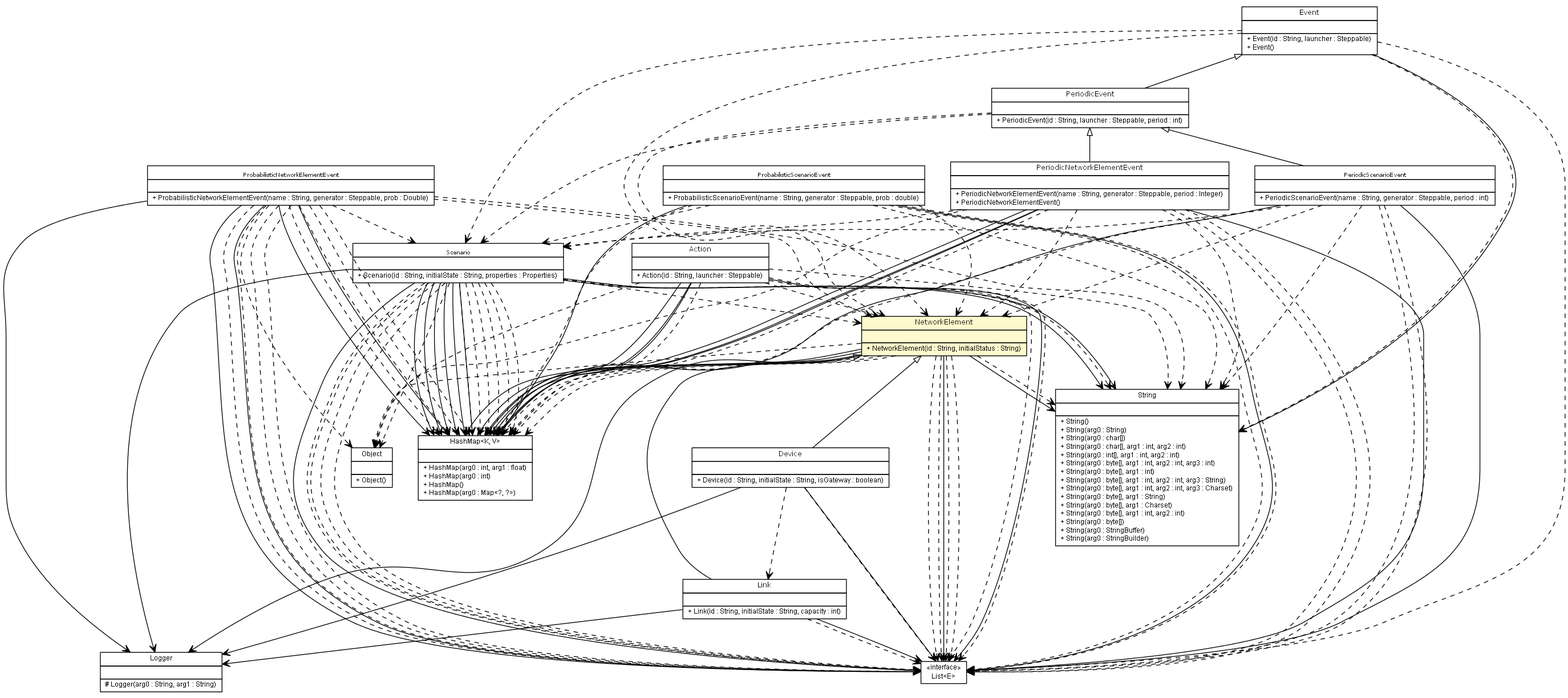
Above: apidocs/es/upm/dit/gsi/shanks/model/element/NetworkElement.png in gsi-upm/Shanks (Graphviz), before the change. Its source is kept beside it as apidocs/es/upm/dit/gsi/shanks/model/element/NetworkElement.dot.
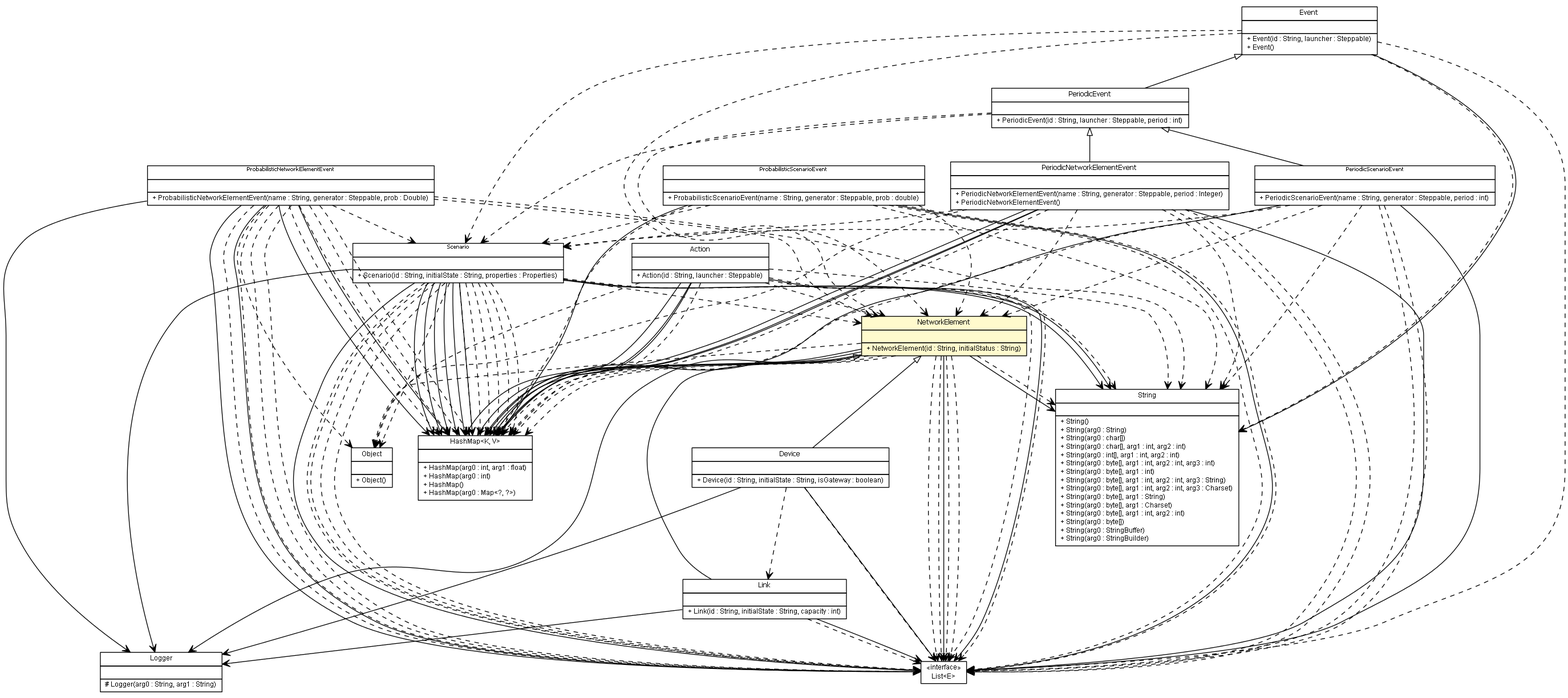
The same file after the commit.

What changed in the source:
```diff
@@ -174,59 +174,57 @@
 	c5036:p -> c5088:p [taillabel="", label="", headlabel="", fontname="arial", fontcolor="black", fontsize=10.0, color="black", arrowhead=open, style=dashed];
 	c5041:p -> c5088:p [taillabel="", label="", headlabel="", fontname="arial", fontcolor="black", fontsize=10.0, color="black", arrowhead=open, style=dashed];
 	c5044:p -> c5088:p [taillabel="", label="", headlabel="", fontname="arial", fontcolor="black", fontsize=10.0, color="black", arrowhead=open, style=dashed];
-	c5044:p -> c5088:p [taillabel="", label="", headlabel="", fontname="arial", fontcolor="black", fontsize=10.0, color="black", arrowhead=open, style=dashed];
-	c5044:p -> c5090:p [taillabel="", label="", headlabel="", fontname="arial", fontcolor="black", fontsize=10.0, color="black", arrowhead=open, style=dashed];
 	c5044:p -> c5090:p [taillabel="", label="", headlabel="", fontname="arial", fontcolor="black", fontsize=10.0, color="black", arrowhead=open, style=dashed];
 	c5044:p -> c5090:p [taillabel="", label="", headlabel="", fontname="arial", fontcolor="black", fontsize=10.0, color="black", arrowhead=open, style=dashed];
 	c5044:p -> c5089:p [taillabel="", label="", headlabel="", fontname="arial", fontcolor="black", fontsize=10.0, color="black", arrowhead=open, style=dashed];
 	c5044:p -> c5088:p [taillabel="", label="", headlabel="", fontname="arial", fontcolor="black", fontsize=10.0, color="black", arrowhead=open, style=dashed];
 	c5044:p -> c5088:p [taillabel="", label="", headlabel="", fontname="arial", fontcolor="black", fontsize=10.0, color="black", arrowhead=open, style=dashed];
+	c5044:p -> c5090:p [taillabel="", label="", headlabel="", fontname="arial", fontcolor="black", fontsize=10.0, color="black", arrowhead=open, style=dashed];
+	c5044:p -> c5088:p [taillabel="", label="", headlabel="", fontname="arial", fontcolor="black", fontsize=10.0, color="black", arrowhead=open, style=dashed];
 	c5044:p -> c5091:p [taillabel="", label="", headlabel="", fontname="arial", fontcolor="black", fontsize=10.0, color="black", arrowhead=open, style=dashed];
+	c5045:p -> c5089:p [taillabel="", label="", headlabel="", fontname="arial", fontcolor="black", fontsize=10.0, color="black", arrowhead=open, style=dashed];
+	c5045:p -> c5044:p [taillabel="", label="", headlabel="", fontname="arial", fontcolor="black", fontsize=10.0, color="black", arrowhead=open, style=dashed];
 	c5045:p -> c5088:p [taillabel="", label="", headlabel="", fontname="arial", fontcolor="black", fontsize=10.0, color="black", arrowhead=open, style=dashed];
+	c5045:p -> c5090:p [taillabel="", label="", headlabel="", fontname="arial", fontcolor="black", fontsize=10.0, color="black", arrowhead=open, style=dashed];
 	c5045:p -> c5088:p [taillabel="", label="", headlabel="", fontname="arial", fontcolor="black", fontsize=10.0, color="black", arrowhead=open, style=dashed];
-	c5045:p -> c5044:p [taillabel="", label="", headlabel="", fontname="arial", fontcolor="black", fontsize=10.0, color="black", arrowhead=open, style=dashed];
-	c5045:p -> c5090:p [taillabel="", label="", headlabel="", fontname="arial", fontcolor="black", fontsize=10.0, color="black", arrowhead=open, style=dashed];
-	c5045:p -> c5089:p [taillabel="", label="", headlabel="", fontname="arial", fontcolor="black", fontsize=10.0, color="black", arrowhead=open, style=dashed];
 	c5045:p -> c5091:p [taillabel="", label="", headlabel="", fontname="arial", fontcolor="black", fontsize=10.0, color="black", arrowhead=open, style=dashed];
 	c5047:p -> c5044:p [taillabel="", label="", headlabel="", fontname="arial", fontcolor="black", fontsize=10.0, color="black", arrowhead=open, style=dashed];
 	c5047:p -> c5061:p [taillabel="", label="", headlabel="", fontname="arial", fontcolor="black", fontsize=10.0, color="black", arrowhead=open, style=dashed];
+	c5049:p -> c5088:p [taillabel="", label="", headlabel="", fontname="arial", fontcolor="black", fontsize=10.0, color="black", arrowhead=open, style=dashed];
 	c5049:p -> c5044:p [taillabel="", label="", headlabel="", fontname="arial", fontcolor="black", fontsize=10.0, color="black", arrowhead=open, style=dashed];
+	c5049:p -> c5089:p [taillabel="", label="", headlabel="", fontname="arial", fontcolor="black", fontsize=10.0, color="black", arrowhead=open, style=dashed];
 	c5049:p -> c5061:p [taillabel="", label="", headlabel="", fontname="arial", fontcolor="black", fontsize=10.0, color="black", arrowhead=open, style=dashed];
-	c5049:p -> c5089:p [taillabel="", label="", headlabel="", fontname="arial", fontcolor="black", fontsize=10.0, color="black", arrowhead=open, style=dashed];
-	c5049:p -> c5088:p [taillabel="", label="", headlabel="", fontname="arial", fontcolor="black", fontsize=10.0, color="black", arrowhead=open, style=dashed];
+	c5057:p -> c5090:p [taillabel="", label="", headlabel="", fontname="arial", fontcolor="black", fontsize=10.0, color="black", arrowhead=open, style=dashed];
+	c5057:p -> c5089:p [taillabel="", label="", headlabel="", fontname="arial", fontcolor="black", fontsize=10.0, color="black", arrowhead=open, style=dashed];
+	c5057:p -> c5090:p [taillabel="", label="", headlabel="", fontname="arial", fontcolor="black", fontsize=10.0, color="black", arrowhead=open, style=dashed];
 	c5057:p -> c5088:p [taillabel="", label="", headlabel="", fontname="arial", fontcolor="black", fontsize=10.0, color="black", arrowhead=open, style=dashed];
+	c5057:p -> c5061:p [taillabel="", label="", headlabel="", fontname="arial", fontcolor="black", fontsize=10.0, color="black", arrowhead=open, style=dashed];
+	c5057:p -> c5090:p [taillabel="", label="", headlabel="", fontname="arial", fontcolor="black", fontsize=10.0, color="black", arrowhead=open, style=dashed];
 	c5057:p -> c5088:p [taillabel="", label="", headlabel="", fontname="arial", fontcolor="black", fontsize=10.0, color="black", arrowhead=open, style=dashed];
+	c5057:p -> c5044:p [taillabel="", label="", headlabel="", fontname="arial", fontcolor="black", fontsize=10.0, color="black", arrowhead=open, style=dashed];
 	c5057:p -> c5088:p [taillabel="", label="", headlabel="", fontname="arial", fontcolor="black", fontsize=10.0, color="black", arrowhead=open, style=dashed];
-	c5057:p -> c5090:p [taillabel="", label="", headlabel="", fontname="arial", fontcolor="black", fontsize=10.0, color="black", arrowhead=open, style=dashed];
 	c5057:p -> c5090:p [taillabel="", label="", headlabel="", fontname="arial", fontcolor="black", fontsize=10.0, color="black", arrowhead=open, style=dashed];
 	c5057:p -> c5088:p [taillabel="", label="", headlabel="", fontname="arial", fontcolor="black", fontsize=10.0, color="black", arrowhead=open, style=dashed];
 	c5057:p -> c5091:p [taillabel="", label="", headlabel="", fontname="arial", fontcolor="black", fontsize=10.0, color="black", arrowhead=open, style=dashed];
-	c5057:p -> c5090:p [taillabel="", label="", headlabel="", fontname="arial", fontcolor="black", fontsize=10.0, color="black", arrowhead=open, style=dashed];
-	c5057:p -> c5090:p [taillabel="", label="", headlabel="", fontname="arial", fontcolor="black", fontsize=10.0, color="black", arrowhead=open, style=dashed];
-	c5057:p -> c5044:p [taillabel="", label="", headlabel="", fontname="arial", fontcolor="black", fontsize=10.0, color="black", arrowhead=open, style=dashed];
-	c5057:p -> c5061:p [taillabel="", label="", headlabel="", fontname="arial", fontcolor="black", fontsize=10.0, color="black", arrowhead=open, style=dashed];
-	c5057:p -> c5089:p [taillabel="", label="", headlabel="", fontname="arial", fontcolor="black", fontsize=10.0, color="black", arrowhead=open, style=dashed];
-	c5058:p -> c5088:p [taillabel="", label="", headlabel="", fontname="arial", fontcolor="black", fontsize=10.0, color="black", arrowhead=open, style=dashed];
+	c5058:p -> c5089:p [taillabel="", label="", headlabel="", fontname="arial", fontcolor="black", fontsize=10.0, color="black", arrowhead=open, style=dashed];
 	c5058:p -> c5044:p [taillabel="", label="", headlabel="", fontname="arial", fontcolor="black", fontsize=10.0, color="black", arrowhead=open, style=dashed];
 	c5058:p -> c5088:p [taillabel="", label="", headlabel="", fontname="arial", fontcolor="black", fontsize=10.0, color="black", arrowhead=open, style=dashed];
-	c5058:p -> c5089:p [taillabel="", label="", headlabel="", fontname="arial", fontcolor="black", fontsize=10.0, color="black", arrowhead=open, style=dashed];
+	c5058:p -> c5090:p [taillabel="", label="", headlabel="", fontname="arial", fontcolor="black", fontsize=10.0, color="black", arrowhead=open, style=dashed];
 	c5058:p -> c5061:p [taillabel="", label="", headlabel="", fontname="arial", fontcolor="black", fontsize=10.0, color="black", arrowhead=open, style=dashed];
-	c5058:p -> c5090:p [taillabel="", label="", headlabel="", fontname="arial", fontcolor="black", fontsize=10.0, color="black", arrowhead=open, style=dashed];
+	c5058:p -> c5088:p [taillabel="", label="", headlabel="", fontname="arial", fontcolor="black", fontsize=10.0, color="black", arrowhead=open, style=dashed];
 	c5058:p -> c5091:p [taillabel="", label="", headlabel="", fontname="arial", fontcolor="black", fontsize=10.0, color="black", arrowhead=open, style=dashed];
 	c5059:p -> c5088:p [taillabel="", label="", headlabel="", fontname="arial", fontcolor="black", fontsize=10.0, color="black", arrowhead=open, style=dashed];
+	c5059:p -> c5089:p [taillabel="", label="", headlabel="", fontname="arial", fontcolor="black", fontsize=10.0, color="black", arrowhead=open, style=dashed];
 	c5059:p -> c5044:p [taillabel="", label="", headlabel="", fontname="arial", fontcolor="black", fontsize=10.0, color="black", arrowhead=open, style=dashed];
 	c5059:p -> c5090:p [taillabel="", label="", headlabel="", fontname="arial", fontcolor="black", fontsize=10.0, color="black", arrowhead=open, style=dashed];
-	c5059:p -> c5089:p [taillabel="", label="", headlabel="", fontname="arial", fontcolor="black", fontsize=10.0, color="black", arrowhead=open, style=dashed];
+	c5059:p -> c5088:p [taillabel="", label="", headlabel="", fontname="arial", fontcolor="black", fontsize=10.0, color="black", arrowhead=open, style=dashed];
 	c5059:p -> c5061:p [taillabel="", label="", headlabel="", fontname="arial", fontcolor="black", fontsize=10.0, color="black", arrowhead=open, style=dashed];
-	c5059:p -> c5088:p [taillabel="", label="", headlabel="", fontname="arial", fontcolor="black", fontsize=10.0, color="black", arrowhead=open, style=dashed];
-	c5060:p -> c5090:p [taillabel="", label="", headlabel="", fontname="arial", fontcolor="black", fontsize=10.0, color="black", arrowhead=open, style=dashed];
-	c5060:p -> c5044:p [taillabel="", label="", headlabel="", fontname="arial", fontcolor="black", fontsize=10.0, color="black", arrowhead=open, style=dashed];
 	c5060:p -> c5088:p [taillabel="", label="", headlabel="", fontname="arial", fontcolor="black", fontsize=10.0, color="black", arrowhead=open, style=dashed];
 	c5060:p -> c5089:p [taillabel="", label="", headlabel="", fontname="arial", fontcolor="black", fontsize=10.0, color="black", arrowhead=open, style=dashed];
+	c5060:p -> c5044:p [taillabel="", label="", headlabel="", fontname="arial", fontcolor="black", fontsize=10.0, color="black", arrowhead=open, style=dashed];
+	c5060:p -> c5090:p [taillabel="", label="", headlabel="", fontname="arial", fontcolor="black", fontsize=10.0, color="black", arrowhead=open, style=dashed];
+	c5060:p -> c5088:p [taillabel="", label="", headlabel="", fontname="arial", fontcolor="black", fontsize=10.0, color="black", arrowhead=open, style=dashed];
 	c5060:p -> c5061:p [taillabel="", label="", headlabel="", fontname="arial", fontcolor="black", fontsize=10.0, color="black", arrowhead=open, style=dashed];
-	c5060:p -> c5088:p [taillabel="", label="", headlabel="", fontname="arial", fontcolor="black", fontsize=10.0, color="black", arrowhead=open, style=dashed];
-	c5061:p -> c5044:p [taillabel="", label="", headlabel="", fontname="arial", fontcolor="black", fontsize=10.0, color="black", arrowhead=open, style=dashed];
-	c5061:p -> c5090:p [taillabel="", label="", headlabel="", fontname="arial", fontcolor="black", fontsize=10.0, color="black", arrowhead=open, style=dashed];
 	c5061:p -> c5088:p [taillabel="", label="", headlabel="", fontname="arial", fontcolor="black", fontsize=10.0, color="black", arrowhead=open, style=dashed];
 	c5061:p -> c5089:p [taillabel="", label="", headlabel="", fontname="arial", fontcolor="black", fontsize=10.0, color="black", arrowhead=open, style=dashed];
 	c5061:p -> c5088:p [taillabel="", label="", headlabel="", fontname="arial", fontcolor="black", fontsize=10.0, color="black", arrowhead=open, style=dashed];
@@ -238,6 +236,8 @@
 	c5061:p -> c5090:p [taillabel="", label="", headlabel="", fontname="arial", fontcolor="black", fontsize=10.0, color="black", arrowhead=open, style=dashed];
 	c5061:p -> c5090:p [taillabel="", label="", headlabel="", fontname="arial", fontcolor="black", fontsize=10.0, color="black", arrowhead=open, style=dashed];
 	c5061:p -> c5088:p [taillabel="", label="", headlabel="", fontname="arial", fontcolor="black", fontsize=10.0, color="black", arrowhead=open, style=dashed];
+	c5061:p -> c5044:p [taillabel="", label="", headlabel="", fontname="arial", fontcolor="black", fontsize=10.0, color="black", arrowhead=open, style=dashed];
+	c5061:p -> c5090:p [taillabel="", label="", headlabel="", fontname="arial", fontcolor="black", fontsize=10.0, color="black", arrowhead=open, style=dashed];
 	c5091 [label=<<table title="java.lang.Object" border="0" cellborder="1" cellspacing="0" cellpadding="2" port="p" href="http://java.sun.com/j2se/1.4.2/docs/api/java/lang/Object.html">
 		<tr><td><table border="0" cellspacing="0" cellpadding="1">
 <tr><td align="center" balign="center"> Object </td></tr>
```
